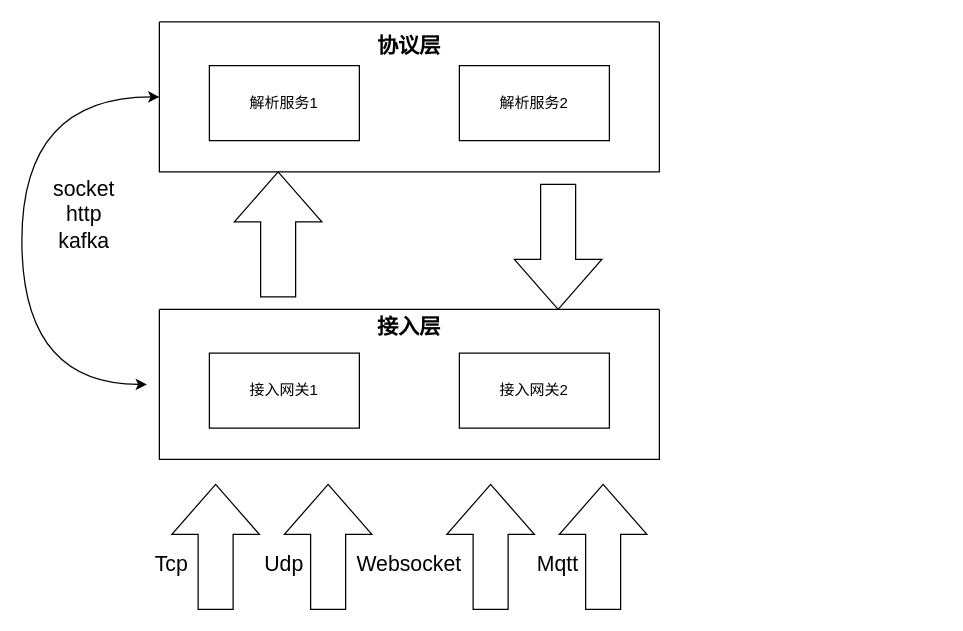
This is 接入解析.drawio from SpikeFJ/picgo, a draw.io file, before an edit. Source tidied: cells renumbered, new cells numbered last; positions are measured from the earlier drawing's top-left corner, leaving out a move shared by most shapes. Both pictures are drawn from the tidied source at 125%, with x=0, y=0 at pixel (21, 21).
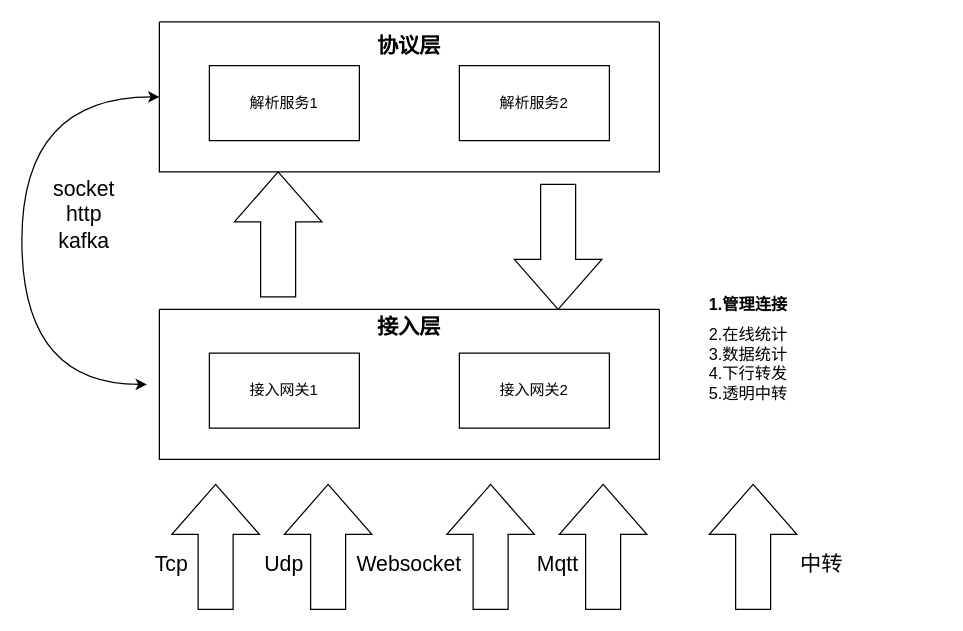
After the change.

Commit message (it also covers changes not shown here):
更新接入解析.drawio

Change to the diagram source:
```diff
@@
+    <mxCell id="22" style="html=1;shadow=0;dashed=0;align=center;verticalAlign=middle;shape=mxgraph.arrows2.arrow;dy=0.6;dx=40;direction=north;notch=0;fontSize=17;" parent="1" vertex="1">
+      <mxGeometry x="550" y="370" width="70" height="100" as="geometry" />
+    </mxCell>
+    <mxCell id="23" value="中转" style="text;html=1;strokeColor=none;fillColor=none;align=center;verticalAlign=middle;whiteSpace=wrap;rounded=0;fontSize=17;" parent="1" vertex="1">
+      <mxGeometry x="610" y="420" width="60" height="30" as="geometry" />
+    </mxCell>
+    <mxCell id="24" value="&lt;h1 style=&quot;font-size: 13px;&quot;&gt;1.管理连接&lt;/h1&gt;&lt;div&gt;2.在线统计&lt;/div&gt;&lt;div&gt;3.数据统计&lt;/div&gt;&lt;div&gt;4.下行转发&lt;/div&gt;&lt;div&gt;5.透明中转&lt;/div&gt;" style="text;html=1;strokeColor=none;fillColor=none;spacing=5;spacingTop=-20;whiteSpace=wrap;overflow=hidden;rounded=0;fontSize=13;" parent="1" vertex="1">
+      <mxGeometry x="545" y="220" width="190" height="120" as="geometry" />
+    </mxCell>
```
